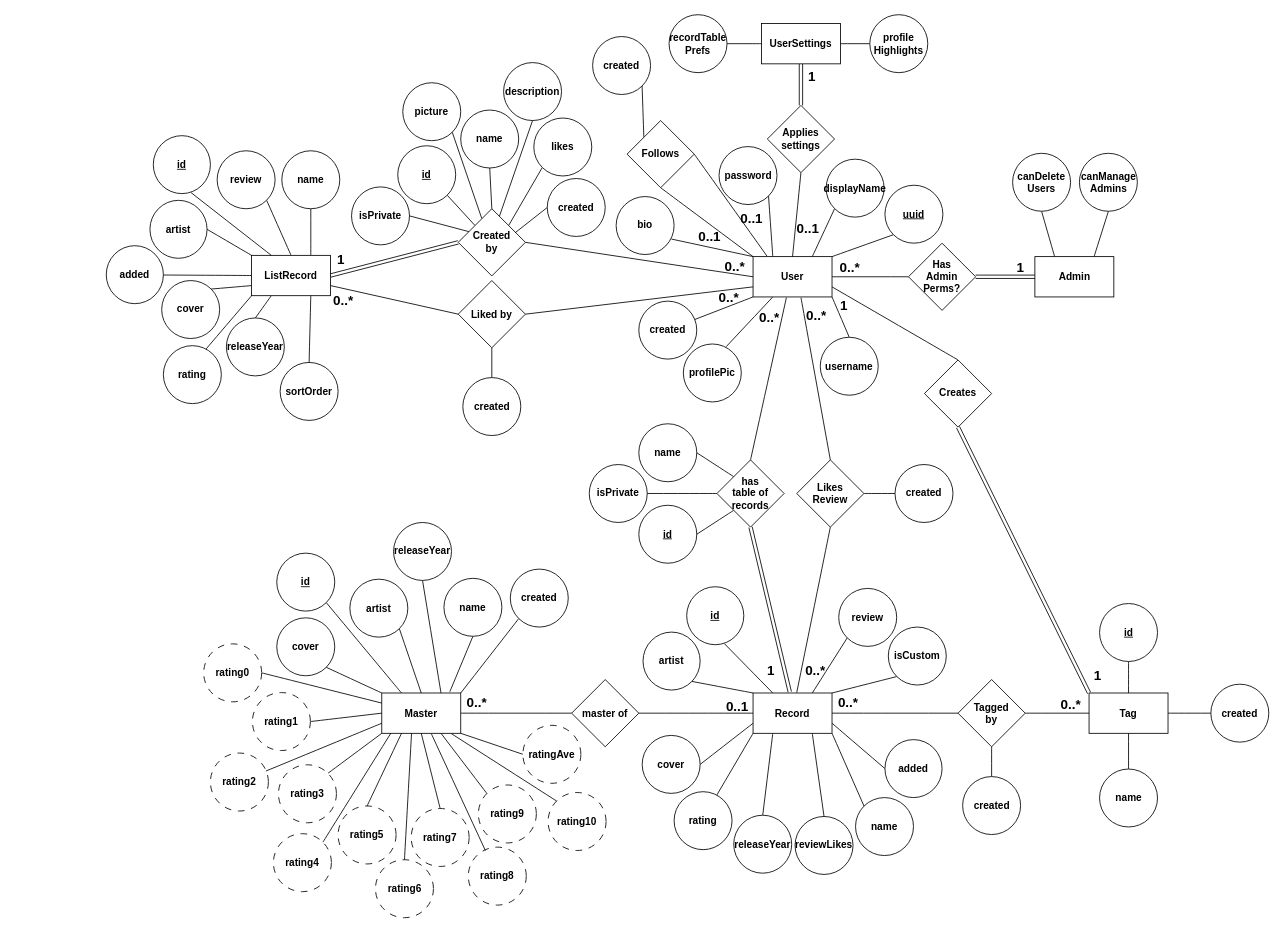
This is other/mrc2.drawio from colinb3/MyRecordCollection2, a draw.io file, before an edit. Source tidied: cells renumbered, new cells numbered last; positions are measured from the earlier drawing's top-left corner, leaving out a move shared by most shapes. Both pictures are drawn from the tidied source at 84%, with x=0, y=0 at pixel (106, 14).
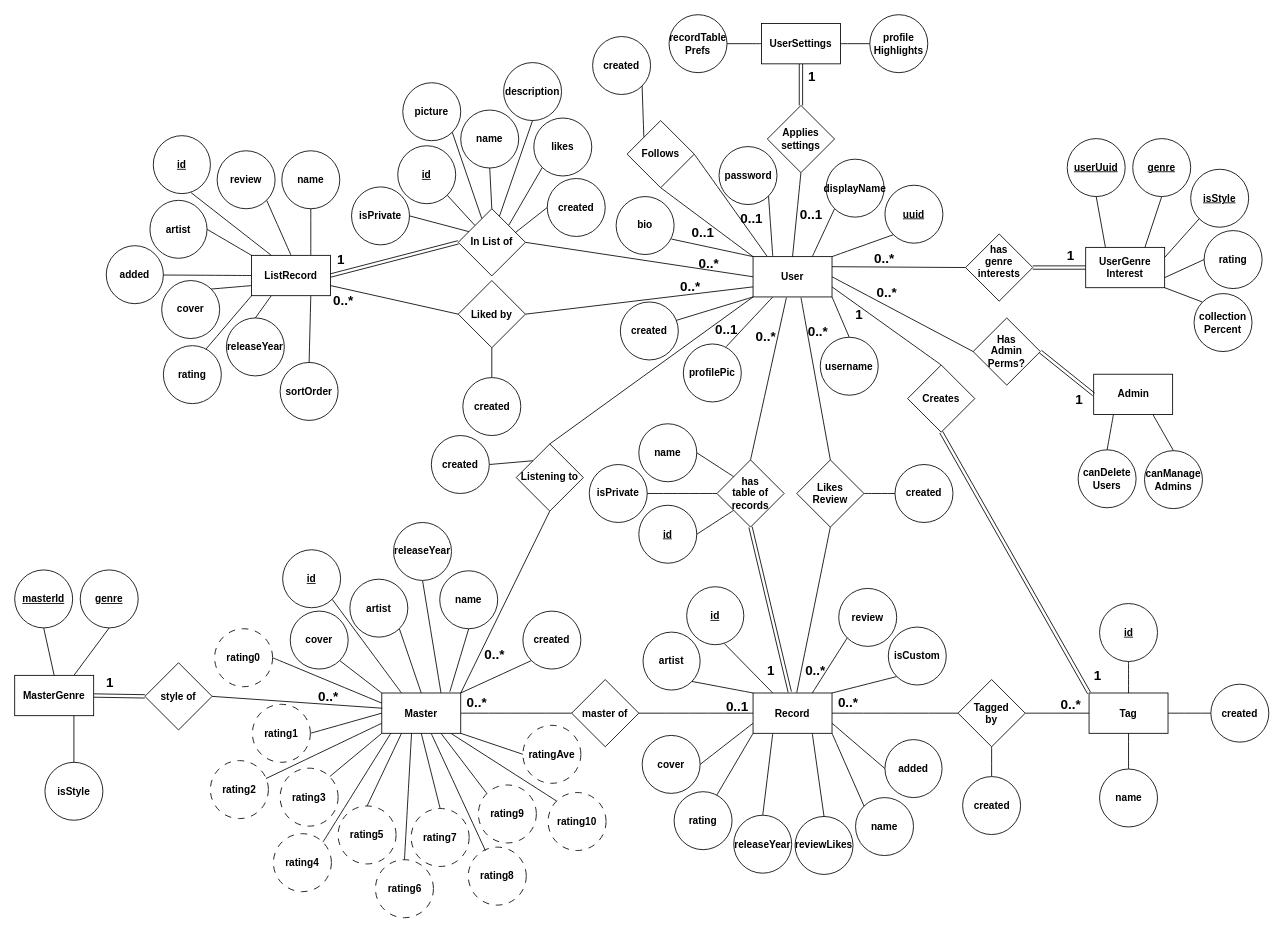
The same diagram, later.

Unchanged cells that the change refers to:
```xml
<mxCell id="21" value="User" style="rounded=0;whiteSpace=wrap;html=1;fontStyle=1;" parent="1" vertex="1">
  <mxGeometry x="770" y="288" width="94" height="48" as="geometry" />
</mxCell>
<mxCell id="37" value="Master" style="rounded=0;whiteSpace=wrap;html=1;fontStyle=1;" parent="1" vertex="1">
  <mxGeometry x="328" y="807.5" width="94" height="48" as="geometry" />
</mxCell>
```

Diff of the diagram source:
```diff
@@
+    <mxCell id="189" style="rounded=0;jettySize=auto;html=1;exitX=1;exitY=0.25;exitDx=0;exitDy=0;entryX=0;entryY=0.5;entryDx=0;entryDy=0;endArrow=none;endFill=0;" parent="1" edge="1" source="21" target="210">
+      <mxGeometry relative="1" as="geometry" />
+    </mxCell>
@@
-    <mxCell id="22" style="edgeStyle=none;curved=1;rounded=0;jettySize=auto;html=1;exitX=0.25;exitY=0;exitDx=0;exitDy=0;entryX=0.5;entryY=1;entryDx=0;entryDy=0;fontSize=12;startSize=8;endSize=8;endArrow=none;startFill=0;fontStyle=1;" parent="1" edge="1" source="24" target="45">
+    <mxCell id="22" style="edgeStyle=none;curved=1;rounded=0;jettySize=auto;html=1;exitX=0.25;exitY=1;exitDx=0;exitDy=0;entryX=0.5;entryY=0;entryDx=0;entryDy=0;fontSize=12;startSize=8;endSize=8;endArrow=none;startFill=0;fontStyle=1;" parent="1" edge="1" source="24" target="45">
       <mxGeometry relative="1" as="geometry" />
     </mxCell>
-    <mxCell id="23" style="edgeStyle=none;curved=1;rounded=0;jettySize=auto;html=1;exitX=0.75;exitY=0;exitDx=0;exitDy=0;entryX=0.5;entryY=1;entryDx=0;entryDy=0;fontSize=12;startSize=8;endSize=8;endArrow=none;startFill=0;fontStyle=1;" parent="1" edge="1" source="24" target="46">
+    <mxCell id="23" style="edgeStyle=none;curved=1;rounded=0;jettySize=auto;html=1;exitX=0.75;exitY=1;exitDx=0;exitDy=0;entryX=0.5;entryY=0;entryDx=0;entryDy=0;fontSize=12;startSize=8;endSize=8;endArrow=none;startFill=0;fontStyle=1;" parent="1" edge="1" source="24" target="46">
       <mxGeometry relative="1" as="geometry" />
     </mxCell>
     <mxCell id="24" value="Admin" style="rounded=0;whiteSpace=wrap;html=1;fontStyle=1;" parent="1" vertex="1">
-      <mxGeometry x="1105.5" y="288" width="94" height="48" as="geometry" />
+      <mxGeometry x="1175.5" y="428" width="94" height="48" as="geometry" />
     </mxCell>
@@
     <mxCell id="42" value="created" style="ellipse;whiteSpace=wrap;html=1;fontStyle=1;" parent="1" vertex="1">
-      <mxGeometry x="634" y="341" width="69" height="69" as="geometry" />
+      <mxGeometry x="612" y="342" width="69" height="69" as="geometry" />
     </mxCell>
@@
     <mxCell id="45" value="canDelete&lt;div&gt;Users&lt;/div&gt;" style="ellipse;whiteSpace=wrap;html=1;fontStyle=1;" parent="1" vertex="1">
-      <mxGeometry x="1079" y="165" width="69" height="69" as="geometry" />
+      <mxGeometry x="1157" y="518" width="69" height="69" as="geometry" />
     </mxCell>
     <mxCell id="46" value="canManage&lt;div&gt;Admins&lt;/div&gt;" style="ellipse;whiteSpace=wrap;html=1;fontStyle=1;" parent="1" vertex="1">
-      <mxGeometry x="1158.5" y="165" width="69" height="69" as="geometry" />
+      <mxGeometry x="1236" y="519" width="69" height="69" as="geometry" />
     </mxCell>
@@
     <mxCell id="75" value="id" style="ellipse;whiteSpace=wrap;html=1;fontStyle=5;" parent="1" vertex="1">
-      <mxGeometry x="203" y="641" width="69" height="69" as="geometry" />
+      <mxGeometry x="210" y="637" width="69" height="69" as="geometry" />
     </mxCell>
@@
     <mxCell id="77" value="cover" style="ellipse;whiteSpace=wrap;html=1;fontStyle=1;" parent="1" vertex="1">
-      <mxGeometry x="203" y="718" width="69" height="69" as="geometry" />
+      <mxGeometry x="219" y="710" width="69" height="69" as="geometry" />
     </mxCell>
     <mxCell id="78" value="name" style="ellipse;whiteSpace=wrap;html=1;fontStyle=1;" parent="1" vertex="1">
-      <mxGeometry x="402" y="671" width="69" height="69" as="geometry" />
+      <mxGeometry x="397" y="662" width="69" height="69" as="geometry" />
     </mxCell>
@@
     <mxCell id="81" value="rating0" style="ellipse;whiteSpace=wrap;html=1;dashed=1;dashPattern=8 8;fontStyle=1;" parent="1" vertex="1">
-      <mxGeometry x="116" y="749" width="69" height="69" as="geometry" />
+      <mxGeometry x="129" y="731" width="69" height="69" as="geometry" />
     </mxCell>
@@
     <mxCell id="83" value="rating1" style="ellipse;whiteSpace=wrap;html=1;dashed=1;dashPattern=8 8;fontStyle=1;" parent="1" vertex="1">
-      <mxGeometry x="174" y="807" width="69" height="69" as="geometry" />
+      <mxGeometry x="174" y="821" width="69" height="69" as="geometry" />
     </mxCell>
     <mxCell id="84" value="rating2" style="ellipse;whiteSpace=wrap;html=1;dashed=1;dashPattern=8 8;fontStyle=1;" parent="1" vertex="1">
-      <mxGeometry x="124" y="879" width="69" height="69" as="geometry" />
+      <mxGeometry x="124" y="888" width="69" height="69" as="geometry" />
     </mxCell>
@@
     <mxCell id="86" value="rating3" style="ellipse;whiteSpace=wrap;html=1;dashed=1;dashPattern=8 8;fontStyle=1;" parent="1" vertex="1">
-      <mxGeometry x="205" y="893" width="69" height="69" as="geometry" />
+      <mxGeometry x="207" y="897" width="69" height="69" as="geometry" />
     </mxCell>
@@
     <mxCell id="110" value="Has&lt;div&gt;Admin&lt;/div&gt;&lt;div&gt;Perms?&lt;/div&gt;" style="rhombus;whiteSpace=wrap;html=1;fontStyle=1;" parent="1" vertex="1">
-      <mxGeometry x="955" y="272" width="80" height="80" as="geometry" />
+      <mxGeometry x="1032" y="361" width="80" height="80" as="geometry" />
     </mxCell>
@@
     <mxCell id="121" value="0..*" style="text;html=1;align=center;verticalAlign=middle;strokeColor=none;fillColor=none;fontSize=16;fontStyle=1;" parent="1" vertex="1">
-      <mxGeometry x="824" y="342" width="42" height="31" as="geometry" />
+      <mxGeometry x="826" y="361" width="42" height="31" as="geometry" />
     </mxCell>
     <mxCell id="122" value="0..*" style="text;html=1;align=center;verticalAlign=middle;strokeColor=none;fillColor=none;fontSize=16;fontStyle=1;" parent="1" vertex="1">
-      <mxGeometry x="768" y="344" width="42" height="31" as="geometry" />
+      <mxGeometry x="764" y="367" width="42" height="31" as="geometry" />
     </mxCell>
@@
     <mxCell id="124" value="0..1" style="text;html=1;align=center;verticalAlign=middle;strokeColor=none;fillColor=none;fontSize=16;fontStyle=1;" parent="1" vertex="1">
-      <mxGeometry x="812" y="238.5" width="45" height="31" as="geometry" />
+      <mxGeometry x="816" y="222" width="45" height="31" as="geometry" />
     </mxCell>
@@
     <mxCell id="127" value="&lt;span&gt;Creates&lt;/span&gt;" style="rhombus;whiteSpace=wrap;html=1;fontStyle=1;" parent="1" vertex="1">
-      <mxGeometry x="974" y="411" width="80" height="80" as="geometry" />
+      <mxGeometry x="954" y="417" width="80" height="80" as="geometry" />
     </mxCell>
     <mxCell id="128" value="1" style="text;html=1;align=center;verticalAlign=middle;strokeColor=none;fillColor=none;fontSize=16;fontStyle=1;" parent="1" vertex="1">
-      <mxGeometry x="1074.5" y="285.5" width="27" height="31" as="geometry" />
+      <mxGeometry x="1144.5" y="442.5" width="27" height="31" as="geometry" />
     </mxCell>
     <mxCell id="129" value="0..*" style="text;html=1;align=center;verticalAlign=middle;strokeColor=none;fillColor=none;fontSize=16;fontStyle=1;" parent="1" vertex="1">
-      <mxGeometry x="863.5" y="285.5" width="42" height="31" as="geometry" />
+      <mxGeometry x="908" y="315.5" width="42" height="31" as="geometry" />
     </mxCell>
@@
     <mxCell id="135" value="1" style="text;html=1;align=center;verticalAlign=middle;strokeColor=none;fillColor=none;fontSize=16;fontStyle=1;" parent="1" vertex="1">
-      <mxGeometry x="864" y="330" width="27" height="31" as="geometry" />
+      <mxGeometry x="882" y="341" width="27" height="31" as="geometry" />
     </mxCell>
@@
     <mxCell id="137" value="0..1" style="text;html=1;align=center;verticalAlign=middle;strokeColor=none;fillColor=none;fontSize=16;fontStyle=1;" parent="1" vertex="1">
-      <mxGeometry x="695.5" y="248" width="45" height="31" as="geometry" />
+      <mxGeometry x="687" y="243" width="45" height="31" as="geometry" />
     </mxCell>
@@
     <mxCell id="143" value="created" style="ellipse;whiteSpace=wrap;html=1;fontStyle=1;" parent="1" vertex="1">
-      <mxGeometry x="481" y="660" width="69" height="69" as="geometry" />
+      <mxGeometry x="496" y="710" width="69" height="69" as="geometry" />
     </mxCell>
@@
-    <mxCell id="169" value="&lt;div&gt;Created&lt;/div&gt;&lt;div&gt;by&lt;/div&gt;" style="rhombus;whiteSpace=wrap;html=1;fontStyle=1;" parent="1" vertex="1">
+    <mxCell id="169" value="In List of" style="rhombus;whiteSpace=wrap;html=1;fontStyle=1;" parent="1" vertex="1">
       <mxGeometry x="419" y="231" width="80" height="80" as="geometry" />
     </mxCell>
     <mxCell id="170" value="0..*" style="text;html=1;align=center;verticalAlign=middle;strokeColor=none;fillColor=none;fontSize=16;fontStyle=1;" parent="1" vertex="1">
-      <mxGeometry x="727" y="284" width="42" height="31" as="geometry" />
+      <mxGeometry x="695.5" y="280" width="42" height="31" as="geometry" />
     </mxCell>
@@
     <mxCell id="186" value="0..*" style="text;html=1;align=center;verticalAlign=middle;strokeColor=none;fillColor=none;fontSize=16;fontStyle=1;" parent="1" vertex="1">
-      <mxGeometry x="720" y="321" width="42" height="31" as="geometry" />
+      <mxGeometry x="674" y="308" width="42" height="31" as="geometry" />
     </mxCell>
@@
+    <mxCell id="190" style="rounded=0;jettySize=auto;html=1;exitX=0;exitY=0;exitDx=0;exitDy=0;entryX=1;entryY=0.5;entryDx=0;entryDy=0;endArrow=none;endFill=0;" parent="1" edge="1" source="193" target="194">
+      <mxGeometry relative="1" as="geometry" />
+    </mxCell>
+    <mxCell id="191" style="rounded=0;jettySize=auto;html=1;exitX=0.5;exitY=0;exitDx=0;exitDy=0;entryX=0;entryY=1;entryDx=0;entryDy=0;endArrow=none;endFill=0;" parent="1" edge="1" source="193" target="21">
+      <mxGeometry relative="1" as="geometry" />
+    </mxCell>
+    <mxCell id="192" style="rounded=0;jettySize=auto;html=1;exitX=0.5;exitY=1;exitDx=0;exitDy=0;entryX=1;entryY=0;entryDx=0;entryDy=0;endArrow=none;endFill=0;" parent="1" edge="1" source="193" target="37">
+      <mxGeometry relative="1" as="geometry" />
+    </mxCell>
+    <mxCell id="193" value="Listening to" style="rhombus;whiteSpace=wrap;html=1;fontStyle=1;" parent="1" vertex="1">
+      <mxGeometry x="488" y="511" width="80" height="80" as="geometry" />
+    </mxCell>
+    <mxCell id="194" value="created" style="ellipse;whiteSpace=wrap;html=1;fontStyle=1;" parent="1" vertex="1">
+      <mxGeometry x="387" y="501" width="69" height="69" as="geometry" />
+    </mxCell>
+    <mxCell id="195" value="0..*" style="text;html=1;align=center;verticalAlign=middle;strokeColor=none;fillColor=none;fontSize=16;fontStyle=1;" parent="1" vertex="1">
+      <mxGeometry x="441" y="746" width="42" height="31" as="geometry" />
+    </mxCell>
+    <mxCell id="196" value="0..1" style="text;html=1;align=center;verticalAlign=middle;strokeColor=none;fillColor=none;fontSize=16;fontStyle=1;" parent="1" vertex="1">
+      <mxGeometry x="715" y="359" width="45" height="31" as="geometry" />
+    </mxCell>
+    <mxCell id="197" style="rounded=0;jettySize=auto;html=1;exitX=0.5;exitY=0;exitDx=0;exitDy=0;endArrow=none;endFill=0;entryX=0.5;entryY=1;entryDx=0;entryDy=0;" parent="1" edge="1" source="201" target="202">
+      <mxGeometry relative="1" as="geometry" />
+    </mxCell>
+    <mxCell id="198" style="rounded=0;jettySize=auto;html=1;exitX=0.75;exitY=0;exitDx=0;exitDy=0;entryX=0.5;entryY=1;entryDx=0;entryDy=0;endArrow=none;endFill=0;" parent="1" edge="1" source="201" target="203">
+      <mxGeometry relative="1" as="geometry" />
+    </mxCell>
+    <mxCell id="199" style="rounded=0;jettySize=auto;html=1;exitX=1;exitY=0.5;exitDx=0;exitDy=0;entryX=0;entryY=0.5;entryDx=0;entryDy=0;endArrow=none;endFill=0;shape=link;" parent="1" edge="1" source="201" target="204">
+      <mxGeometry relative="1" as="geometry" />
+    </mxCell>
+    <mxCell id="200" style="rounded=0;jettySize=auto;html=1;exitX=0.75;exitY=1;exitDx=0;exitDy=0;entryX=0.5;entryY=0;entryDx=0;entryDy=0;endArrow=none;endFill=0;" parent="1" edge="1" source="201" target="206">
+      <mxGeometry relative="1" as="geometry" />
+    </mxCell>
+    <mxCell id="201" value="MasterGenre" style="rounded=0;whiteSpace=wrap;html=1;fontStyle=1;" parent="1" vertex="1">
+      <mxGeometry x="-109" y="786.5" width="94" height="48" as="geometry" />
+    </mxCell>
+    <mxCell id="202" value="masterId" style="ellipse;whiteSpace=wrap;html=1;fontStyle=5;" parent="1" vertex="1">
+      <mxGeometry x="-109" y="661" width="69" height="69" as="geometry" />
+    </mxCell>
+    <mxCell id="203" value="genre" style="ellipse;whiteSpace=wrap;html=1;fontStyle=5;" parent="1" vertex="1">
+      <mxGeometry x="-31" y="661" width="69" height="69" as="geometry" />
+    </mxCell>
+    <mxCell id="204" value="style of" style="rhombus;whiteSpace=wrap;html=1;fontStyle=1;" parent="1" vertex="1">
+      <mxGeometry x="46" y="771.5" width="80" height="80" as="geometry" />
+    </mxCell>
+    <mxCell id="205" style="rounded=0;jettySize=auto;html=1;exitX=1;exitY=0.5;exitDx=0;exitDy=0;entryX=0.006;entryY=0.377;entryDx=0;entryDy=0;entryPerimeter=0;endArrow=none;endFill=0;" parent="1" edge="1" source="204" target="37">
+      <mxGeometry relative="1" as="geometry" />
+    </mxCell>
+    <mxCell id="206" value="isStyle" style="ellipse;whiteSpace=wrap;html=1;fontStyle=1;" parent="1" vertex="1">
+      <mxGeometry x="-73" y="890" width="69" height="69" as="geometry" />
+    </mxCell>
+    <mxCell id="207" value="0..*" style="text;html=1;align=center;verticalAlign=middle;strokeColor=none;fillColor=none;fontSize=16;fontStyle=1;" parent="1" vertex="1">
+      <mxGeometry x="243" y="795" width="42" height="31" as="geometry" />
+    </mxCell>
+    <mxCell id="208" value="1" style="text;html=1;align=center;verticalAlign=middle;strokeColor=none;fillColor=none;fontSize=16;fontStyle=1;" parent="1" vertex="1">
+      <mxGeometry x="-10" y="779" width="27" height="31" as="geometry" />
+    </mxCell>
+    <mxCell id="209" style="rounded=0;jettySize=auto;html=1;exitX=1;exitY=0.5;exitDx=0;exitDy=0;entryX=0;entryY=0.5;entryDx=0;entryDy=0;endArrow=none;endFill=0;shape=link;" parent="1" edge="1" source="210" target="214">
+      <mxGeometry relative="1" as="geometry" />
+    </mxCell>
+    <mxCell id="210" value="has&lt;div&gt;genre&lt;div&gt;interests&lt;/div&gt;&lt;/div&gt;&lt;div&gt;&lt;br&gt;&lt;/div&gt;" style="rhombus;whiteSpace=wrap;html=1;fontStyle=1;" parent="1" vertex="1">
+      <mxGeometry x="1023" y="261" width="80" height="80" as="geometry" />
+    </mxCell>
+    <mxCell id="211" style="rounded=0;jettySize=auto;html=1;exitX=0.25;exitY=0;exitDx=0;exitDy=0;entryX=0.5;entryY=1;entryDx=0;entryDy=0;endArrow=none;endFill=0;" parent="1" edge="1" source="214" target="217">
+      <mxGeometry relative="1" as="geometry" />
+    </mxCell>
+    <mxCell id="212" style="rounded=0;jettySize=auto;html=1;exitX=0.75;exitY=0;exitDx=0;exitDy=0;entryX=0.5;entryY=1;entryDx=0;entryDy=0;endArrow=none;endFill=0;" parent="1" edge="1" source="214" target="218">
+      <mxGeometry relative="1" as="geometry" />
+    </mxCell>
+    <mxCell id="213" style="rounded=0;jettySize=auto;html=1;exitX=1;exitY=1;exitDx=0;exitDy=0;entryX=0;entryY=0;entryDx=0;entryDy=0;endArrow=none;endFill=0;" parent="1" edge="1" source="214" target="223">
+      <mxGeometry relative="1" as="geometry" />
+    </mxCell>
+    <mxCell id="214" value="UserGenre&lt;div&gt;Interest&lt;/div&gt;" style="rounded=0;whiteSpace=wrap;html=1;fontStyle=1;" parent="1" vertex="1">
+      <mxGeometry x="1166" y="277" width="94" height="48" as="geometry" />
+    </mxCell>
+    <mxCell id="215" value="0..*" style="text;html=1;align=center;verticalAlign=middle;strokeColor=none;fillColor=none;fontSize=16;fontStyle=1;" parent="1" vertex="1">
+      <mxGeometry x="904.5" y="274" width="42" height="31" as="geometry" />
+    </mxCell>
+    <mxCell id="216" value="1" style="text;html=1;align=center;verticalAlign=middle;strokeColor=none;fillColor=none;fontSize=16;fontStyle=1;" parent="1" vertex="1">
+      <mxGeometry x="1134" y="270" width="27" height="31" as="geometry" />
+    </mxCell>
+    <mxCell id="217" value="userUuid" style="ellipse;whiteSpace=wrap;html=1;fontStyle=5;" parent="1" vertex="1">
+      <mxGeometry x="1144" y="147.5" width="69" height="69" as="geometry" />
+    </mxCell>
+    <mxCell id="218" value="genre" style="ellipse;whiteSpace=wrap;html=1;fontStyle=5;" parent="1" vertex="1">
+      <mxGeometry x="1222" y="147.5" width="69" height="69" as="geometry" />
+    </mxCell>
+    <mxCell id="219" value="isStyle" style="ellipse;whiteSpace=wrap;html=1;fontStyle=5;" parent="1" vertex="1">
+      <mxGeometry x="1291" y="184" width="69" height="69" as="geometry" />
+    </mxCell>
+    <mxCell id="220" value="rating" style="ellipse;whiteSpace=wrap;html=1;fontStyle=1;" parent="1" vertex="1">
+      <mxGeometry x="1307" y="257" width="69" height="69" as="geometry" />
+    </mxCell>
+    <mxCell id="221" style="rounded=0;jettySize=auto;html=1;exitX=1;exitY=0.75;exitDx=0;exitDy=0;entryX=0;entryY=0.5;entryDx=0;entryDy=0;endArrow=none;endFill=0;" parent="1" edge="1" source="214" target="220">
+      <mxGeometry relative="1" as="geometry" />
+    </mxCell>
+    <mxCell id="222" style="rounded=0;jettySize=auto;html=1;exitX=1;exitY=0.25;exitDx=0;exitDy=0;entryX=0;entryY=1;entryDx=0;entryDy=0;endArrow=none;endFill=0;" parent="1" edge="1" source="214" target="219">
+      <mxGeometry relative="1" as="geometry" />
+    </mxCell>
+    <mxCell id="223" value="collection&lt;div&gt;Percent&lt;/div&gt;" style="ellipse;whiteSpace=wrap;html=1;fontStyle=1;" parent="1" vertex="1">
+      <mxGeometry x="1295" y="332" width="69" height="69" as="geometry" />
+    </mxCell>
```
